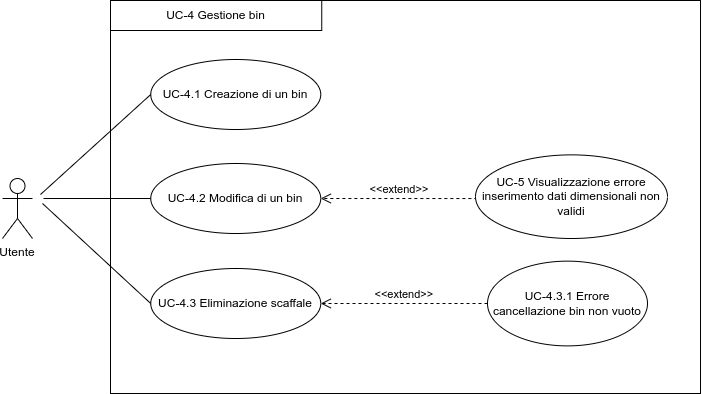
Earlier version of the draw.io export 2 - RTB/Documentazione esterna/Analisi dei Requisiti/imgs/uc4.png (Error-418-SWE/Documenti). Source tidied: cells renumbered, new cells last; positions are measured from the earlier drawing's top-left corner, leaving out a move shared by most shapes. Source of this version:
```xml
<mxGraphModel>
  <root>
    <mxCell id="0" />
    <mxCell id="1" parent="0" />
    <mxCell id="2" style="rounded=0;whiteSpace=wrap;" parent="1" vertex="1">
      <mxGeometry x="108" width="590" height="393" as="geometry" />
    </mxCell>
    <mxCell id="3" value="Utente" style="shape=umlActor;verticalLabelPosition=bottom;verticalAlign=top;" parent="1" vertex="1">
      <mxGeometry y="178" width="30" height="60" as="geometry" />
    </mxCell>
    <mxCell id="4" value="UC-4.1 Creazione di un bin" style="ellipse;whiteSpace=wrap;" parent="1" vertex="1">
      <mxGeometry x="148.2" y="59" width="170" height="70" as="geometry" />
    </mxCell>
    <mxCell id="5" style="endArrow=none;rounded=0;entryX=0;entryY=0.5;entryDx=0;entryDy=0;" parent="1" edge="1" target="4">
      <mxGeometry relative="1" as="geometry">
        <mxPoint x="38" y="194" as="sourcePoint" />
      </mxGeometry>
    </mxCell>
    <mxCell id="6" value="UC-4 Gestione bin" style="rounded=0;whiteSpace=wrap;" parent="1" vertex="1">
      <mxGeometry x="108" width="211.2" height="30" as="geometry" />
    </mxCell>
    <mxCell id="7" value="UC-4.2 Modifica di un bin" style="ellipse;whiteSpace=wrap;" parent="1" vertex="1">
      <mxGeometry x="148.2" y="163" width="170" height="70" as="geometry" />
    </mxCell>
    <mxCell id="8" style="endArrow=none;rounded=0;entryX=0;entryY=0.5;entryDx=0;entryDy=0;" parent="1" edge="1" target="7">
      <mxGeometry relative="1" as="geometry">
        <mxPoint x="41" y="198" as="sourcePoint" />
      </mxGeometry>
    </mxCell>
    <mxCell id="9" value="UC-4.3 Eliminazione scaffale" style="ellipse;whiteSpace=wrap;" parent="1" vertex="1">
      <mxGeometry x="148.2" y="268" width="170" height="70" as="geometry" />
    </mxCell>
    <mxCell id="10" value="UC-4.3.1 Errore cancellazione bin non vuoto" style="ellipse;whiteSpace=wrap;" parent="1" vertex="1">
      <mxGeometry x="485" y="260.6" width="160" height="84.8" as="geometry" />
    </mxCell>
    <mxCell id="11" value="&lt;&lt;extend&gt;&gt;" style="verticalAlign=bottom;endArrow=open;dashed=1;endSize=8;curved=0;rounded=0;edgeStyle=orthogonalEdgeStyle;entryX=1;entryY=0.5;entryDx=0;entryDy=0;exitX=0;exitY=0.5;exitDx=0;exitDy=0;" parent="1" edge="1" source="10" target="9">
      <mxGeometry relative="1" as="geometry" />
    </mxCell>
    <mxCell id="12" style="endArrow=none;rounded=0;entryX=0;entryY=0.5;entryDx=0;entryDy=0;" parent="1" edge="1" target="9">
      <mxGeometry relative="1" as="geometry">
        <mxPoint x="40" y="203" as="sourcePoint" />
      </mxGeometry>
    </mxCell>
    <mxCell id="13" value="UC-5 Visualizzazione errore inserimento dati dimensionali non validi" style="ellipse;whiteSpace=wrap;" parent="1" vertex="1">
      <mxGeometry x="473" y="154.4" width="192" height="83.6" as="geometry" />
    </mxCell>
    <mxCell id="14" value="&lt;&lt;extend&gt;&gt;" style="verticalAlign=bottom;endArrow=open;dashed=1;endSize=8;curved=0;rounded=0;edgeStyle=orthogonalEdgeStyle;entryX=1;entryY=0.5;entryDx=0;entryDy=0;exitX=0;exitY=0.5;exitDx=0;exitDy=0;" parent="1" edge="1" source="13" target="7">
      <mxGeometry relative="1" as="geometry">
        <Array as="points">
          <mxPoint x="473" y="198" />
        </Array>
      </mxGeometry>
    </mxCell>
  </root>
</mxGraphModel>
```
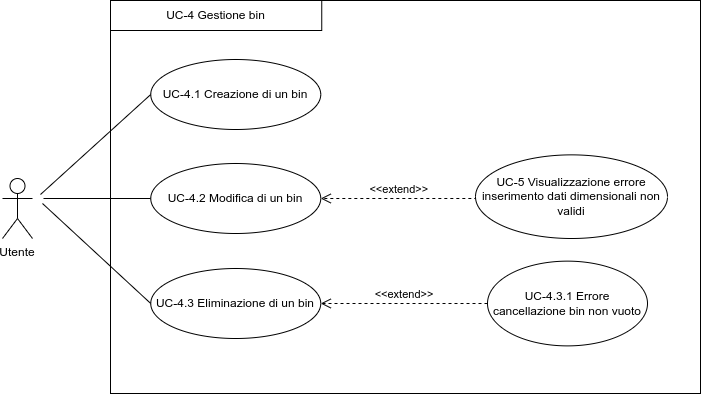
After the commit.

What changed in the source:
```diff
@@ -27,7 +27,7 @@
         <mxPoint x="41" y="198" as="sourcePoint" />
       </mxGeometry>
     </mxCell>
-    <mxCell id="9" value="UC-4.3 Eliminazione scaffale" style="ellipse;whiteSpace=wrap;" parent="1" vertex="1">
+    <mxCell id="9" value="UC-4.3 Eliminazione di un bin" style="ellipse;whiteSpace=wrap;" parent="1" vertex="1">
       <mxGeometry x="148.2" y="268" width="170" height="70" as="geometry" />
     </mxCell>
     <mxCell id="10" value="UC-4.3.1 Errore cancellazione bin non vuoto" style="ellipse;whiteSpace=wrap;" parent="1" vertex="1">
```
